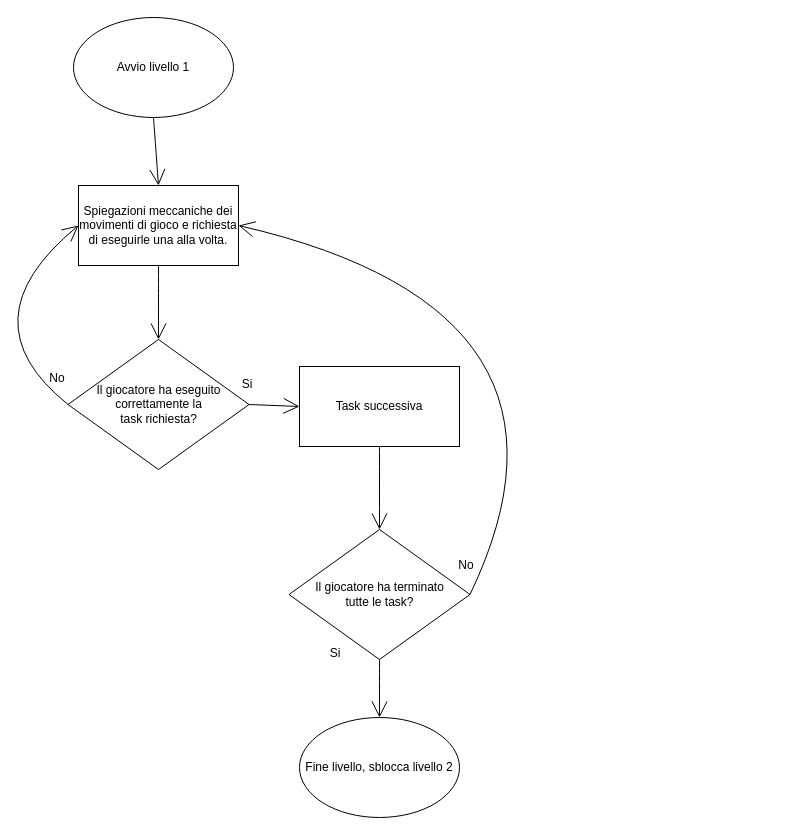
Above: doc/Progetti Drawio/FlowChart/FlowchartLivello1.drawio in zSavT/Healthy-Catering (draw.io), before the change. Source tidied: cells renumbered, new cells numbered last; positions are measured from the earlier drawing's top-left corner, leaving out a move shared by most shapes. Both pictures are drawn from the tidied source at 100%, with x=0, y=0 at pixel (-37, 17).
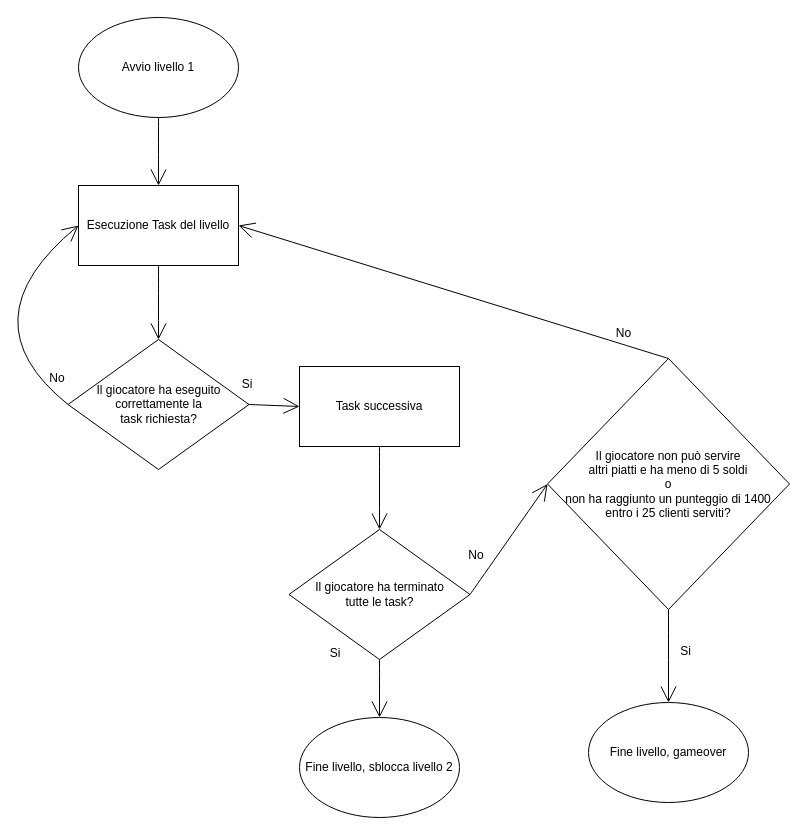
After the change.

Commit message (it also covers changes not shown here):
Aggiornato flowchart livello 1

Unchanged cells that the change refers to:
```xml
<mxCell id="12" value="Il giocatore ha terminato&lt;br&gt;tutte le task?" style="rhombus;whiteSpace=wrap;html=1;hachureGap=4;fontSize=12;" parent="1" vertex="1">
  <mxGeometry x="325.5" y="512" width="181" height="130" as="geometry" />
</mxCell>
```

Change to the diagram source:
```diff
@@
     <mxCell id="3" value="Avvio livello 1" style="ellipse;whiteSpace=wrap;html=1;hachureGap=4;" parent="1" vertex="1">
-      <mxGeometry x="110" width="160" height="100" as="geometry" />
+      <mxGeometry x="115" width="160" height="100" as="geometry" />
     </mxCell>
@@
-    <mxCell id="5" value="Spiegazioni meccaniche dei movimenti di gioco e richiesta di eseguirle una alla volta." style="rounded=0;whiteSpace=wrap;html=1;hachureGap=4;fontSize=12;" parent="1" vertex="1">
+    <mxCell id="5" value="Esecuzione Task del livello" style="rounded=0;whiteSpace=wrap;html=1;hachureGap=4;fontSize=12;" parent="1" vertex="1">
       <mxGeometry x="115" y="168" width="160" height="80" as="geometry" />
     </mxCell>
@@
     <mxCell id="14" value="No" style="text;strokeColor=none;fillColor=none;html=1;align=center;verticalAlign=middle;whiteSpace=wrap;rounded=0;hachureGap=4;fontSize=12;" parent="1" vertex="1">
-      <mxGeometry x="473" y="533" width="60" height="30" as="geometry" />
+      <mxGeometry x="483" y="523" width="60" height="30" as="geometry" />
     </mxCell>
-    <mxCell id="15" style="edgeStyle=none;jettySize=auto;html=1;rounded=0;fontSize=12;endArrow=open;startSize=14;endSize=14;sourcePerimeterSpacing=8;targetPerimeterSpacing=8;curved=1;exitX=1;exitY=0.5;exitDx=0;exitDy=0;entryX=1;entryY=0.5;entryDx=0;entryDy=0;" parent="1" edge="1" source="12" target="5">
-      <mxGeometry relative="1" as="geometry">
-        <Array as="points">
-          <mxPoint x="643" y="293" />
-        </Array>
-      </mxGeometry>
-    </mxCell>
@@
+    <mxCell id="19" value="Il giocatore non può servire &lt;br&gt;altri piatti e ha meno di 5 soldi &lt;br&gt;o &lt;br&gt;non ha raggiunto un punteggio di 1400&lt;br&gt;entro i 25 clienti serviti?" style="rhombus;whiteSpace=wrap;html=1;hachureGap=4;fontSize=12;" parent="1" vertex="1">
+      <mxGeometry x="584" y="341" width="242" height="251" as="geometry" />
+    </mxCell>
+    <mxCell id="20" style="edgeStyle=none;jettySize=auto;html=1;rounded=0;fontSize=12;endArrow=open;startSize=14;endSize=14;sourcePerimeterSpacing=8;targetPerimeterSpacing=8;curved=1;exitX=1;exitY=0.5;exitDx=0;exitDy=0;entryX=0;entryY=0.5;entryDx=0;entryDy=0;" parent="1" edge="1" source="12" target="19">
+      <mxGeometry relative="1" as="geometry" />
+    </mxCell>
+    <mxCell id="21" style="edgeStyle=none;jettySize=auto;html=1;rounded=0;fontSize=12;endArrow=open;startSize=14;endSize=14;sourcePerimeterSpacing=8;targetPerimeterSpacing=8;curved=1;exitX=0.5;exitY=1;exitDx=0;exitDy=0;entryX=0.5;entryY=0;entryDx=0;entryDy=0;" parent="1" edge="1" source="19" target="23">
+      <mxGeometry relative="1" as="geometry" />
+    </mxCell>
+    <mxCell id="22" value="Si" style="text;html=1;align=center;verticalAlign=middle;strokeColor=none;fillColor=none;hachureGap=4;" parent="1" vertex="1">
+      <mxGeometry x="707" y="621" width="29" height="26" as="geometry" />
+    </mxCell>
+    <mxCell id="23" value="Fine livello, gameover" style="ellipse;whiteSpace=wrap;html=1;hachureGap=4;fontSize=12;" parent="1" vertex="1">
+      <mxGeometry x="625" y="685" width="160" height="100" as="geometry" />
+    </mxCell>
+    <mxCell id="24" style="edgeStyle=none;jettySize=auto;html=1;rounded=0;fontSize=12;endArrow=open;startSize=14;endSize=14;sourcePerimeterSpacing=8;targetPerimeterSpacing=8;curved=1;exitX=0.5;exitY=0;exitDx=0;exitDy=0;entryX=1;entryY=0.5;entryDx=0;entryDy=0;" parent="1" edge="1" source="19" target="5">
+      <mxGeometry relative="1" as="geometry" />
+    </mxCell>
+    <mxCell id="25" value="No" style="text;html=1;align=center;verticalAlign=middle;strokeColor=none;fillColor=none;hachureGap=4;" parent="1" vertex="1">
+      <mxGeometry x="643" y="303" width="33" height="26" as="geometry" />
+    </mxCell>
```
